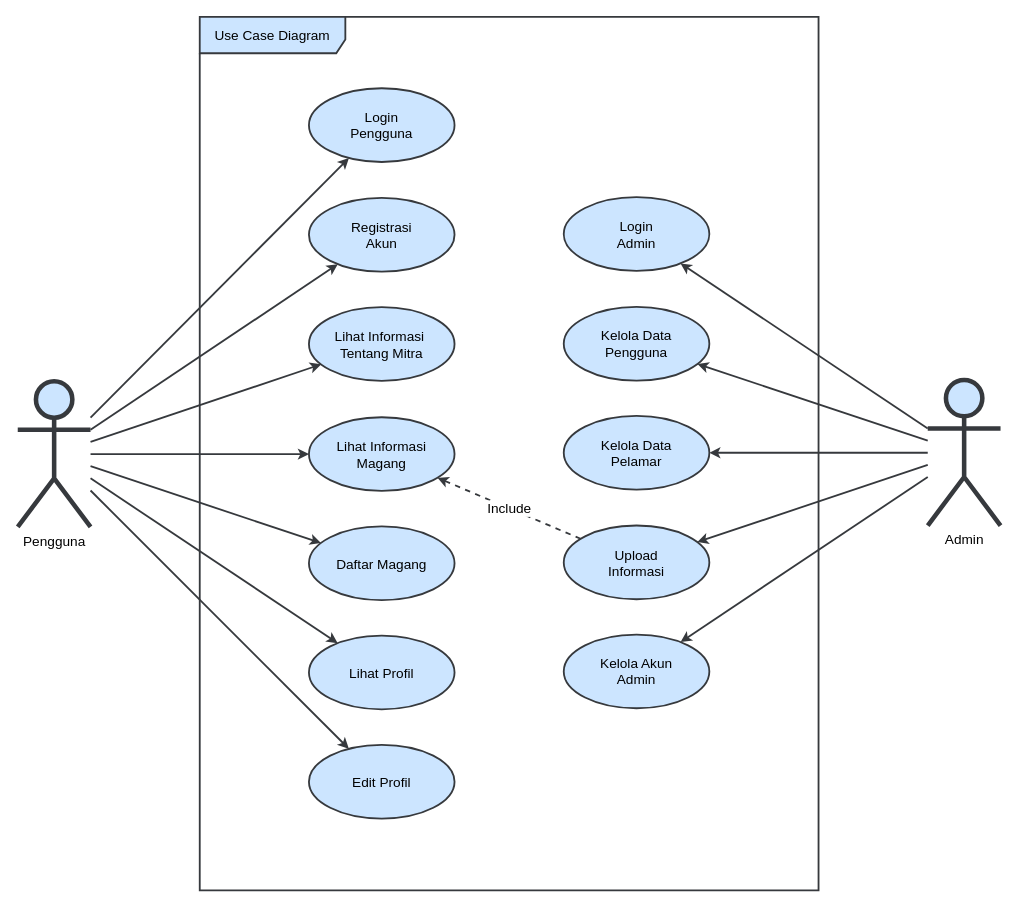
Above: page "Use Case" (1 of 3) of Kerja Praktek - A11.4701/Diagram Prajagamer.drawio in weztcy/Semester-7 (draw.io), before the change. Source tidied: cells renumbered, new cells numbered last; positions are measured from the earlier drawing's top-left corner, leaving out a move shared by most shapes. Both pictures are drawn from the tidied source at 91%, with x=0, y=0 at pixel (17, 16).
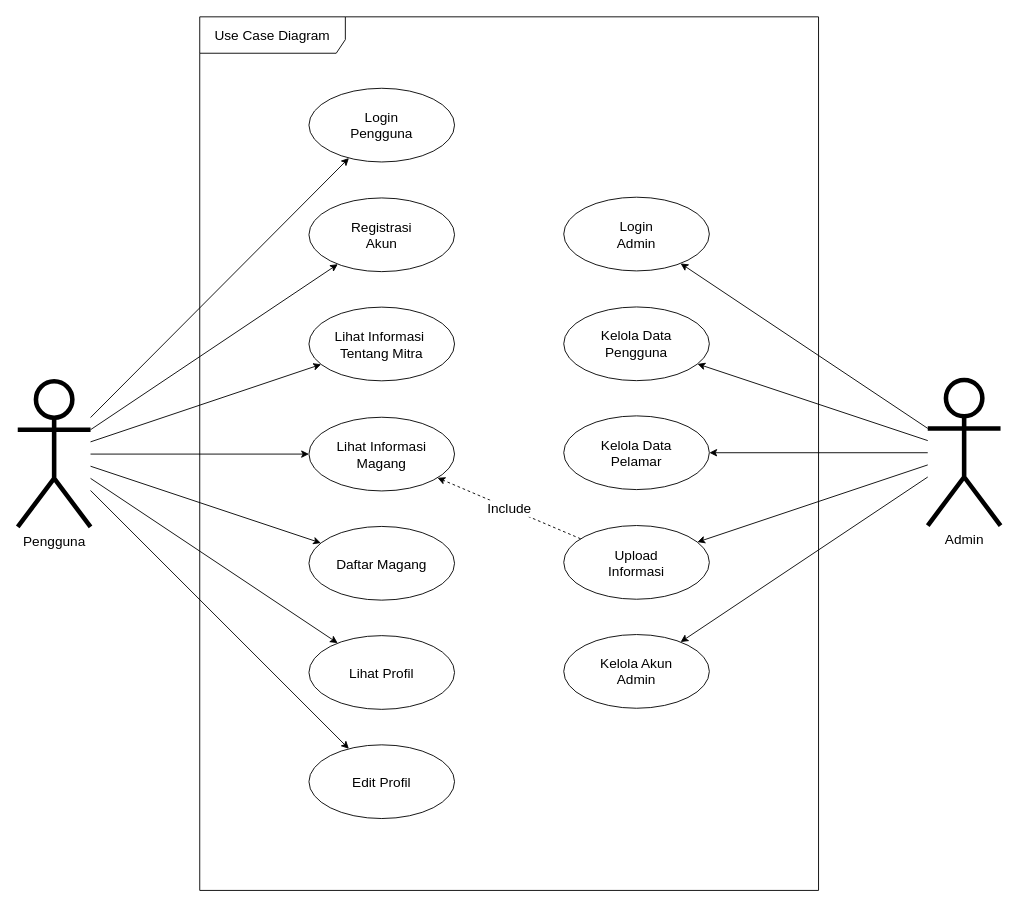
Above is the later version.

What changed in the source:
```diff
@@
-    <mxCell id="2" value="&lt;font style=&quot;font-size: 15px;&quot;&gt;Pengguna&lt;/font&gt;" style="shape=umlActor;verticalLabelPosition=bottom;verticalAlign=top;html=1;outlineConnect=0;strokeWidth=5;strokeColor=#36393d;fillColor=#cce5ff;" parent="1" vertex="1">
+    <mxCell id="2" value="&lt;font style=&quot;font-size: 15px;&quot;&gt;Pengguna&lt;/font&gt;" style="shape=umlActor;verticalLabelPosition=bottom;verticalAlign=top;html=1;outlineConnect=0;strokeWidth=5;" parent="1" vertex="1">
       <mxGeometry y="400.5" width="80" height="160" as="geometry" />
     </mxCell>
-    <mxCell id="3" value="&lt;font style=&quot;font-size: 15px;&quot;&gt;Admin&lt;/font&gt;" style="shape=umlActor;verticalLabelPosition=bottom;verticalAlign=top;html=1;outlineConnect=0;strokeWidth=5;strokeColor=#36393d;fillColor=#cce5ff;" parent="1" vertex="1">
+    <mxCell id="3" value="&lt;font style=&quot;font-size: 15px;&quot;&gt;Admin&lt;/font&gt;" style="shape=umlActor;verticalLabelPosition=bottom;verticalAlign=top;html=1;outlineConnect=0;strokeWidth=5;" parent="1" vertex="1">
       <mxGeometry x="1000" y="399" width="80" height="160" as="geometry" />
     </mxCell>
-    <mxCell id="4" value="Login&lt;div style=&quot;font-size: 15px;&quot;&gt;Pengguna&lt;/div&gt;" style="ellipse;whiteSpace=wrap;html=1;strokeWidth=2;fontSize=15;strokeColor=#36393d;fillColor=#cce5ff;" parent="1" vertex="1">
+    <mxCell id="4" value="Login&lt;div style=&quot;font-size: 15px;&quot;&gt;Pengguna&lt;/div&gt;" style="ellipse;whiteSpace=wrap;html=1;strokeWidth=1;fontSize=15;" parent="1" vertex="1">
       <mxGeometry x="320" y="78.5" width="160" height="81" as="geometry" />
     </mxCell>
-    <mxCell id="5" value="Lihat Informasi&amp;nbsp;&lt;div&gt;Tentang Mitra&lt;/div&gt;" style="ellipse;whiteSpace=wrap;html=1;strokeWidth=2;fontSize=15;strokeColor=#36393d;fillColor=#cce5ff;" parent="1" vertex="1">
+    <mxCell id="5" value="Lihat Informasi&amp;nbsp;&lt;div&gt;Tentang Mitra&lt;/div&gt;" style="ellipse;whiteSpace=wrap;html=1;strokeWidth=1;fontSize=15;" parent="1" vertex="1">
       <mxGeometry x="320" y="319" width="160" height="81" as="geometry" />
     </mxCell>
-    <mxCell id="6" value="Lihat Informasi&lt;div&gt;&lt;span style=&quot;background-color: initial;&quot;&gt;Magang&lt;/span&gt;&lt;/div&gt;" style="ellipse;whiteSpace=wrap;html=1;strokeWidth=2;fontSize=15;strokeColor=#36393d;fillColor=#cce5ff;" parent="1" vertex="1">
+    <mxCell id="6" value="Lihat Informasi&lt;div&gt;&lt;span style=&quot;background-color: initial;&quot;&gt;Magang&lt;/span&gt;&lt;/div&gt;" style="ellipse;whiteSpace=wrap;html=1;strokeWidth=1;fontSize=15;" parent="1" vertex="1">
       <mxGeometry x="320" y="440" width="160" height="81" as="geometry" />
     </mxCell>
-    <mxCell id="7" value="Registrasi&lt;div&gt;Akun&lt;/div&gt;" style="ellipse;whiteSpace=wrap;html=1;strokeWidth=2;fontSize=15;strokeColor=#36393d;fillColor=#cce5ff;" parent="1" vertex="1">
+    <mxCell id="7" value="Registrasi&lt;div&gt;Akun&lt;/div&gt;" style="ellipse;whiteSpace=wrap;html=1;strokeWidth=1;fontSize=15;" parent="1" vertex="1">
       <mxGeometry x="320" y="199" width="160" height="81" as="geometry" />
     </mxCell>
-    <mxCell id="8" value="Lihat Profil" style="ellipse;whiteSpace=wrap;html=1;strokeWidth=2;fontSize=15;strokeColor=#36393d;fillColor=#cce5ff;" parent="1" vertex="1">
+    <mxCell id="8" value="Lihat Profil" style="ellipse;whiteSpace=wrap;html=1;strokeWidth=1;fontSize=15;" parent="1" vertex="1">
       <mxGeometry x="320" y="680" width="160" height="81" as="geometry" />
     </mxCell>
-    <mxCell id="9" value="Daftar Magang" style="ellipse;whiteSpace=wrap;html=1;strokeWidth=2;fontSize=15;strokeColor=#36393d;fillColor=#cce5ff;" parent="1" vertex="1">
+    <mxCell id="9" value="Daftar Magang" style="ellipse;whiteSpace=wrap;html=1;strokeWidth=1;fontSize=15;" parent="1" vertex="1">
       <mxGeometry x="320" y="560" width="160" height="81" as="geometry" />
     </mxCell>
-    <mxCell id="10" value="Login&lt;div style=&quot;font-size: 15px;&quot;&gt;Admin&lt;/div&gt;" style="ellipse;whiteSpace=wrap;html=1;strokeWidth=2;fontSize=15;strokeColor=#36393d;fillColor=#cce5ff;" parent="1" vertex="1">
+    <mxCell id="10" value="Login&lt;div style=&quot;font-size: 15px;&quot;&gt;Admin&lt;/div&gt;" style="ellipse;whiteSpace=wrap;html=1;strokeWidth=1;fontSize=15;" parent="1" vertex="1">
       <mxGeometry x="600" y="198.2" width="160" height="81" as="geometry" />
     </mxCell>
-    <mxCell id="11" value="Edit Profil" style="ellipse;whiteSpace=wrap;html=1;strokeWidth=2;fontSize=15;strokeColor=#36393d;fillColor=#cce5ff;" parent="1" vertex="1">
+    <mxCell id="11" value="Edit Profil" style="ellipse;whiteSpace=wrap;html=1;strokeWidth=1;fontSize=15;" parent="1" vertex="1">
       <mxGeometry x="320" y="800" width="160" height="81" as="geometry" />
     </mxCell>
-    <mxCell id="12" value="Kelola Data&lt;div&gt;Pengguna&lt;/div&gt;" style="ellipse;whiteSpace=wrap;html=1;strokeWidth=2;fontSize=15;strokeColor=#36393d;fillColor=#cce5ff;" parent="1" vertex="1">
+    <mxCell id="12" value="Kelola Data&lt;div&gt;Pengguna&lt;/div&gt;" style="ellipse;whiteSpace=wrap;html=1;strokeWidth=1;fontSize=15;" parent="1" vertex="1">
       <mxGeometry x="600" y="318.8" width="160" height="81" as="geometry" />
     </mxCell>
-    <mxCell id="13" value="Kelola Data&lt;div&gt;Pelamar&lt;/div&gt;" style="ellipse;whiteSpace=wrap;html=1;strokeWidth=2;fontSize=15;strokeColor=#36393d;fillColor=#cce5ff;" parent="1" vertex="1">
+    <mxCell id="13" value="Kelola Data&lt;div&gt;Pelamar&lt;/div&gt;" style="ellipse;whiteSpace=wrap;html=1;strokeWidth=1;fontSize=15;" parent="1" vertex="1">
       <mxGeometry x="600" y="438.5" width="160" height="81" as="geometry" />
     </mxCell>
-    <mxCell id="14" value="Upload&lt;div&gt;Informasi&lt;/div&gt;" style="ellipse;whiteSpace=wrap;html=1;strokeWidth=2;fontSize=15;strokeColor=#36393d;fillColor=#cce5ff;" parent="1" vertex="1">
+    <mxCell id="14" value="Upload&lt;div&gt;Informasi&lt;/div&gt;" style="ellipse;whiteSpace=wrap;html=1;strokeWidth=1;fontSize=15;" parent="1" vertex="1">
       <mxGeometry x="600" y="559" width="160" height="81" as="geometry" />
     </mxCell>
-    <mxCell id="15" value="Kelola Akun&lt;div&gt;Admin&lt;/div&gt;" style="ellipse;whiteSpace=wrap;html=1;strokeWidth=2;fontSize=15;strokeColor=#36393d;fillColor=#cce5ff;" parent="1" vertex="1">
+    <mxCell id="15" value="Kelola Akun&lt;div&gt;Admin&lt;/div&gt;" style="ellipse;whiteSpace=wrap;html=1;strokeWidth=1;fontSize=15;" parent="1" vertex="1">
       <mxGeometry x="600" y="678.8" width="160" height="81" as="geometry" />
     </mxCell>
-    <mxCell id="16" style="endArrow=classic;html=1;rounded=0;strokeWidth=2;strokeColor=#36393d;fillColor=#cce5ff;" parent="1" edge="1" source="3" target="10">
+    <mxCell id="16" style="endArrow=classic;html=1;rounded=0;strokeWidth=1;" parent="1" edge="1" source="3" target="10">
       <mxGeometry relative="1" as="geometry" />
     </mxCell>
-    <mxCell id="17" style="endArrow=classic;html=1;rounded=0;strokeWidth=2;strokeColor=#36393d;fillColor=#cce5ff;" parent="1" edge="1" source="2" target="4">
+    <mxCell id="17" style="endArrow=classic;html=1;rounded=0;strokeWidth=1;" parent="1" edge="1" source="2" target="4">
       <mxGeometry relative="1" as="geometry" />
     </mxCell>
-    <mxCell id="18" style="endArrow=classic;html=1;rounded=0;strokeWidth=2;strokeColor=#36393d;fillColor=#cce5ff;" parent="1" edge="1" source="2" target="7">
+    <mxCell id="18" style="endArrow=classic;html=1;rounded=0;strokeWidth=1;" parent="1" edge="1" source="2" target="7">
       <mxGeometry relative="1" as="geometry" />
     </mxCell>
-    <mxCell id="19" style="endArrow=classic;html=1;rounded=0;strokeWidth=2;strokeColor=#36393d;fillColor=#cce5ff;" parent="1" edge="1" source="2" target="5">
+    <mxCell id="19" style="endArrow=classic;html=1;rounded=0;strokeWidth=1;" parent="1" edge="1" source="2" target="5">
       <mxGeometry relative="1" as="geometry" />
     </mxCell>
-    <mxCell id="20" style="endArrow=classic;html=1;rounded=0;strokeWidth=2;strokeColor=#36393d;fillColor=#cce5ff;" parent="1" edge="1" source="2" target="6">
+    <mxCell id="20" style="endArrow=classic;html=1;rounded=0;strokeWidth=1;" parent="1" edge="1" source="2" target="6">
       <mxGeometry relative="1" as="geometry" />
     </mxCell>
-    <mxCell id="21" style="endArrow=classic;html=1;rounded=0;strokeWidth=2;strokeColor=#36393d;fillColor=#cce5ff;" parent="1" edge="1" source="2" target="9">
+    <mxCell id="21" style="endArrow=classic;html=1;rounded=0;strokeWidth=1;" parent="1" edge="1" source="2" target="9">
       <mxGeometry relative="1" as="geometry" />
     </mxCell>
-    <mxCell id="22" style="endArrow=classic;html=1;rounded=0;strokeWidth=2;strokeColor=#36393d;fillColor=#cce5ff;" parent="1" edge="1" source="2" target="8">
+    <mxCell id="22" style="endArrow=classic;html=1;rounded=0;strokeWidth=1;" parent="1" edge="1" source="2" target="8">
       <mxGeometry relative="1" as="geometry" />
     </mxCell>
-    <mxCell id="23" style="endArrow=classic;html=1;rounded=0;strokeWidth=2;strokeColor=#36393d;fillColor=#cce5ff;" parent="1" edge="1" source="2" target="11">
+    <mxCell id="23" style="endArrow=classic;html=1;rounded=0;strokeWidth=1;" parent="1" edge="1" source="2" target="11">
       <mxGeometry relative="1" as="geometry" />
     </mxCell>
-    <mxCell id="24" style="endArrow=classic;html=1;rounded=0;strokeWidth=2;strokeColor=#36393d;fillColor=#cce5ff;" parent="1" edge="1" source="3" target="12">
+    <mxCell id="24" style="endArrow=classic;html=1;rounded=0;strokeWidth=1;" parent="1" edge="1" source="3" target="12">
       <mxGeometry relative="1" as="geometry" />
     </mxCell>
-    <mxCell id="25" style="endArrow=classic;html=1;rounded=0;strokeWidth=2;strokeColor=#36393d;fillColor=#cce5ff;" parent="1" edge="1" source="3" target="14">
+    <mxCell id="25" style="endArrow=classic;html=1;rounded=0;strokeWidth=1;" parent="1" edge="1" source="3" target="14">
       <mxGeometry relative="1" as="geometry" />
     </mxCell>
-    <mxCell id="26" style="endArrow=classic;html=1;rounded=0;strokeWidth=2;strokeColor=#36393d;fillColor=#cce5ff;" parent="1" edge="1" source="3" target="13">
+    <mxCell id="26" style="endArrow=classic;html=1;rounded=0;strokeWidth=1;" parent="1" edge="1" source="3" target="13">
       <mxGeometry relative="1" as="geometry" />
     </mxCell>
-    <mxCell id="27" style="endArrow=classic;html=1;rounded=0;strokeWidth=2;strokeColor=#36393d;fillColor=#cce5ff;" parent="1" edge="1" source="3" target="15">
+    <mxCell id="27" style="endArrow=classic;html=1;rounded=0;strokeWidth=1;" parent="1" edge="1" source="3" target="15">
       <mxGeometry relative="1" as="geometry" />
     </mxCell>
-    <mxCell id="28" value="&lt;font style=&quot;font-size: 15px;&quot;&gt;Include&lt;/font&gt;" style="endArrow=classic;html=1;rounded=0;strokeWidth=2;dashed=1;strokeColor=#36393d;fillColor=#cce5ff;" parent="1" edge="1" source="14" target="6">
+    <mxCell id="28" value="&lt;font style=&quot;font-size: 15px;&quot;&gt;Include&lt;/font&gt;" style="endArrow=classic;html=1;rounded=0;strokeWidth=1;dashed=1;" parent="1" edge="1" source="14" target="6">
       <mxGeometry relative="1" as="geometry" />
     </mxCell>
-    <mxCell id="29" value="&lt;font style=&quot;font-size: 15px;&quot;&gt;Use Case Diagram&lt;/font&gt;" style="shape=umlFrame;whiteSpace=wrap;html=1;width=160;height=40;strokeWidth=2;strokeColor=#36393d;fillColor=#cce5ff;" parent="1" vertex="1">
+    <mxCell id="29" value="&lt;font style=&quot;font-size: 15px;&quot;&gt;Use Case Diagram&lt;/font&gt;" style="shape=umlFrame;whiteSpace=wrap;html=1;width=160;height=40;strokeWidth=1;" parent="1" vertex="1">
       <mxGeometry x="200" width="680" height="960" as="geometry" />
     </mxCell>
```
